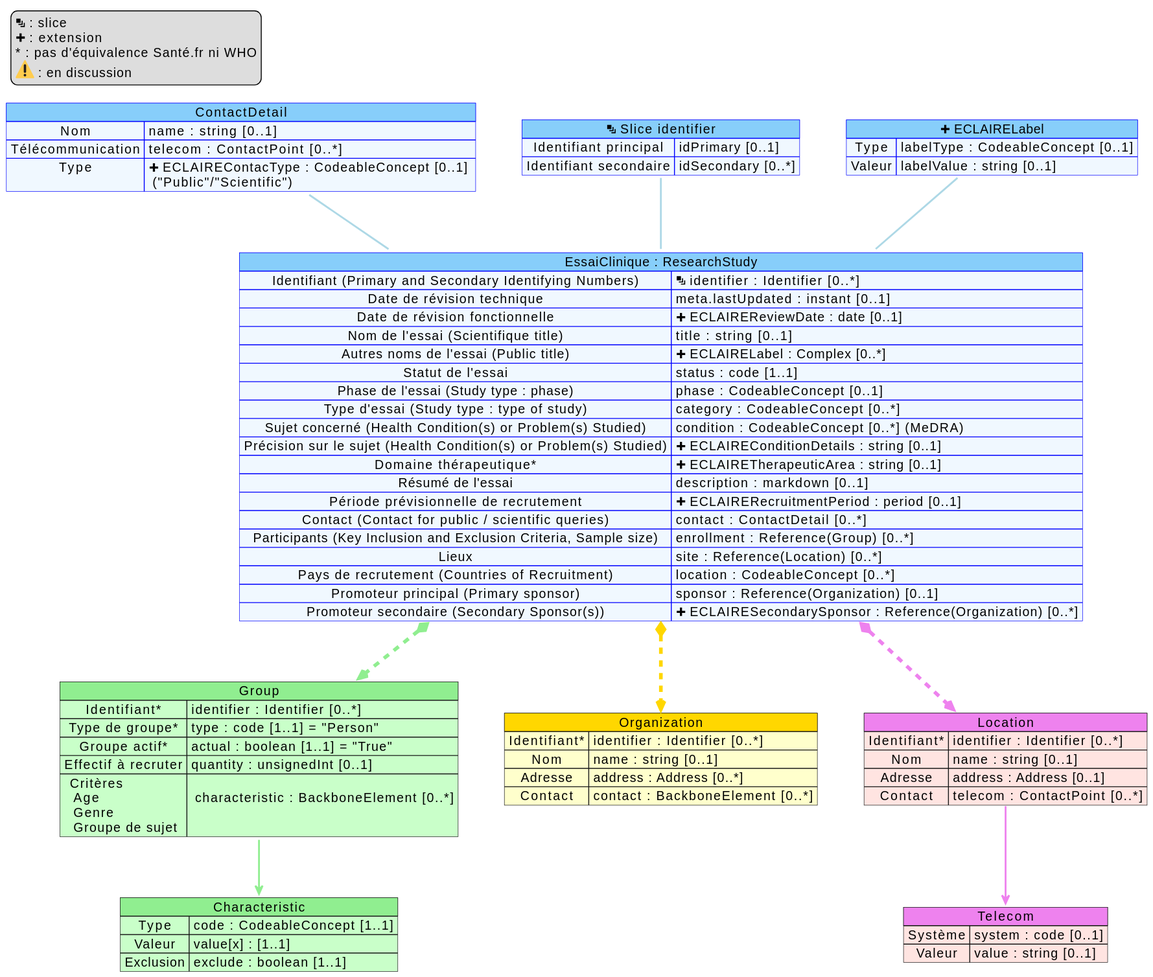
ansforge/essais-cliniques keeps this PlantUML diagram as out/input/images-source/mapping/mappingResearchStudy.svg. Above is the earlier version.
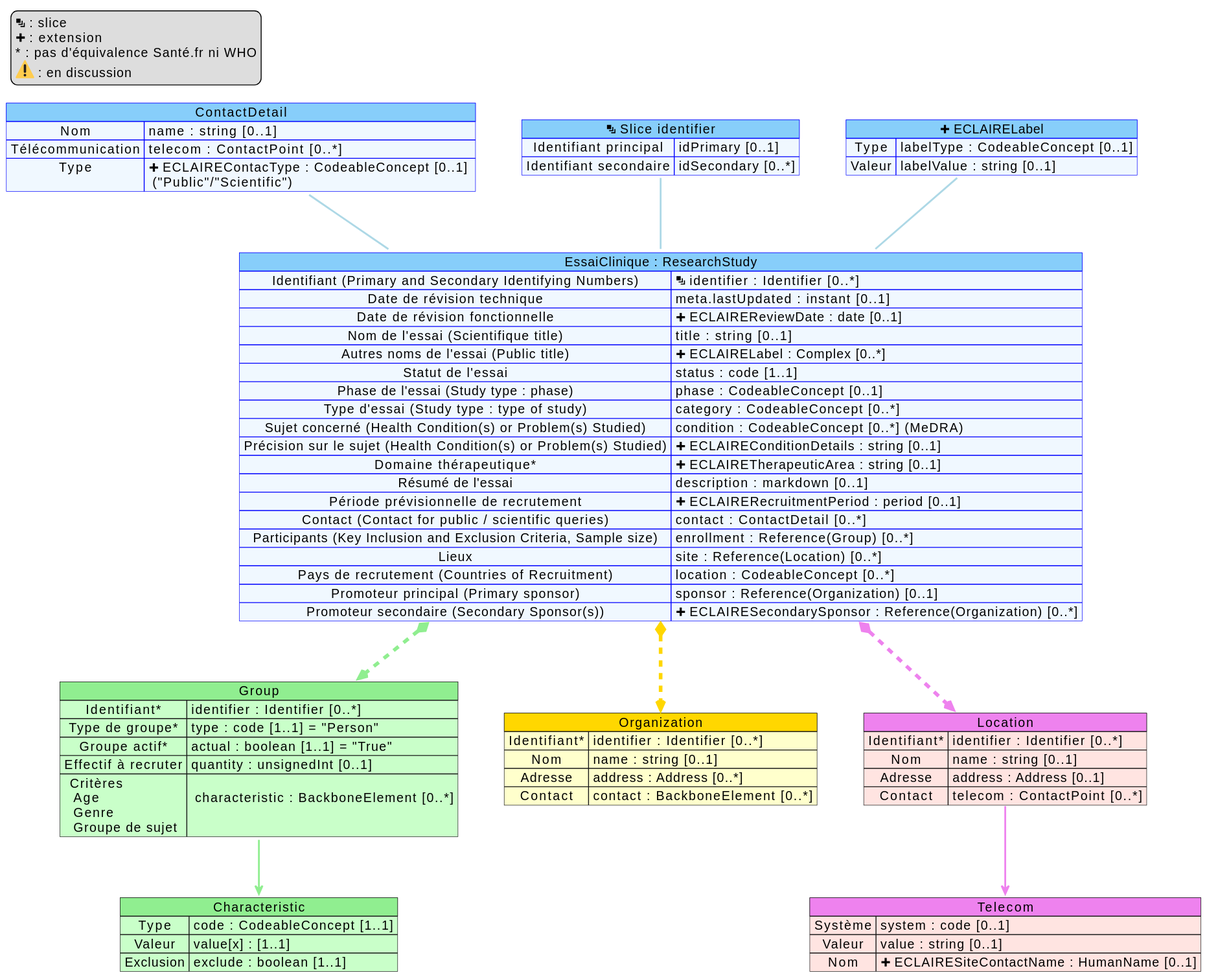
After the commit.

The edit, as a diff of the source:
```diff
@@ -46,6 +46,7 @@
 map "Telecom" as Telecom #back:MistyRose;header:Violet {
     Système  => system : code [0..1]
     Valeur => value : string [0..1]
+    Nom => <&plus> ECLAIRESiteContactName : HumanName [0..1]
 }
 
 map "EssaiClinique : ResearchStudy" as RS #back:AliceBlue;header:LightSkyBlue;line:blue {
```
